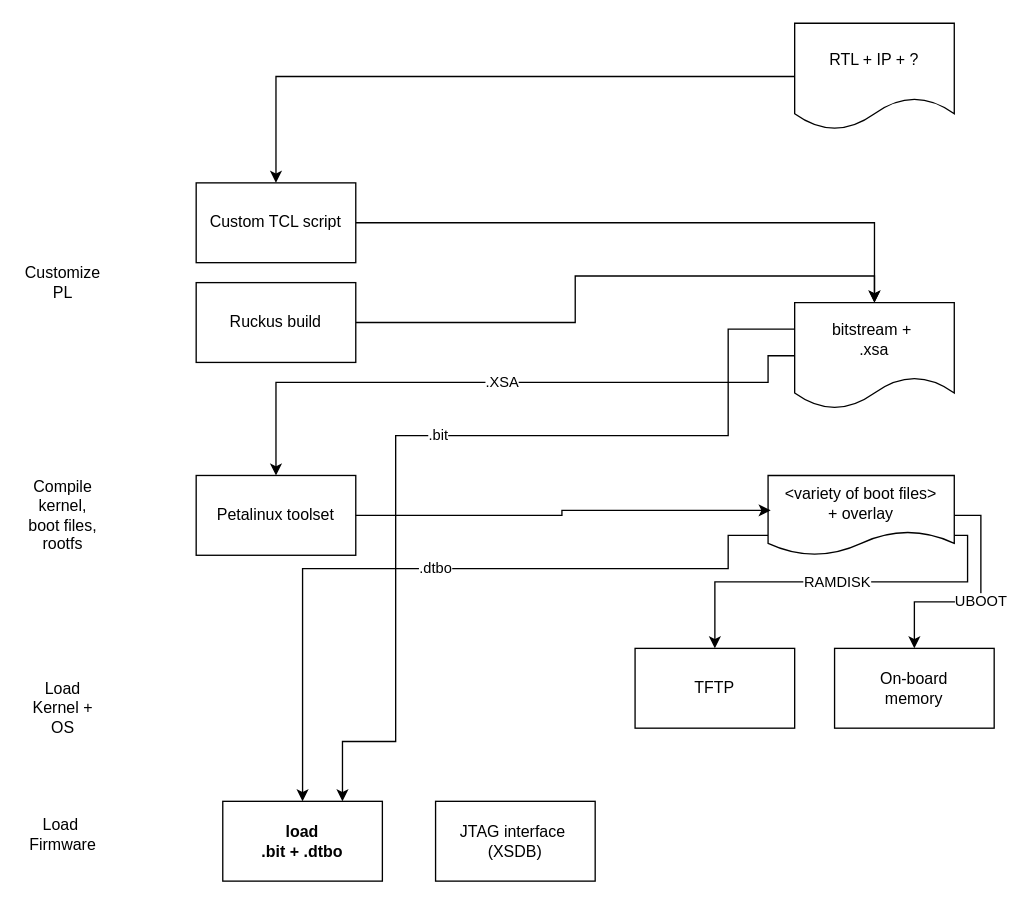
Above: Kria_build_workflow.drawio in awhitbeck/drawio (draw.io), before the change. Source tidied: cells renumbered, new cells numbered last; positions are measured from the earlier drawing's top-left corner, leaving out a move shared by most shapes. Both pictures are drawn from the tidied source at 133%, with x=0, y=0 at pixel (23, 23).
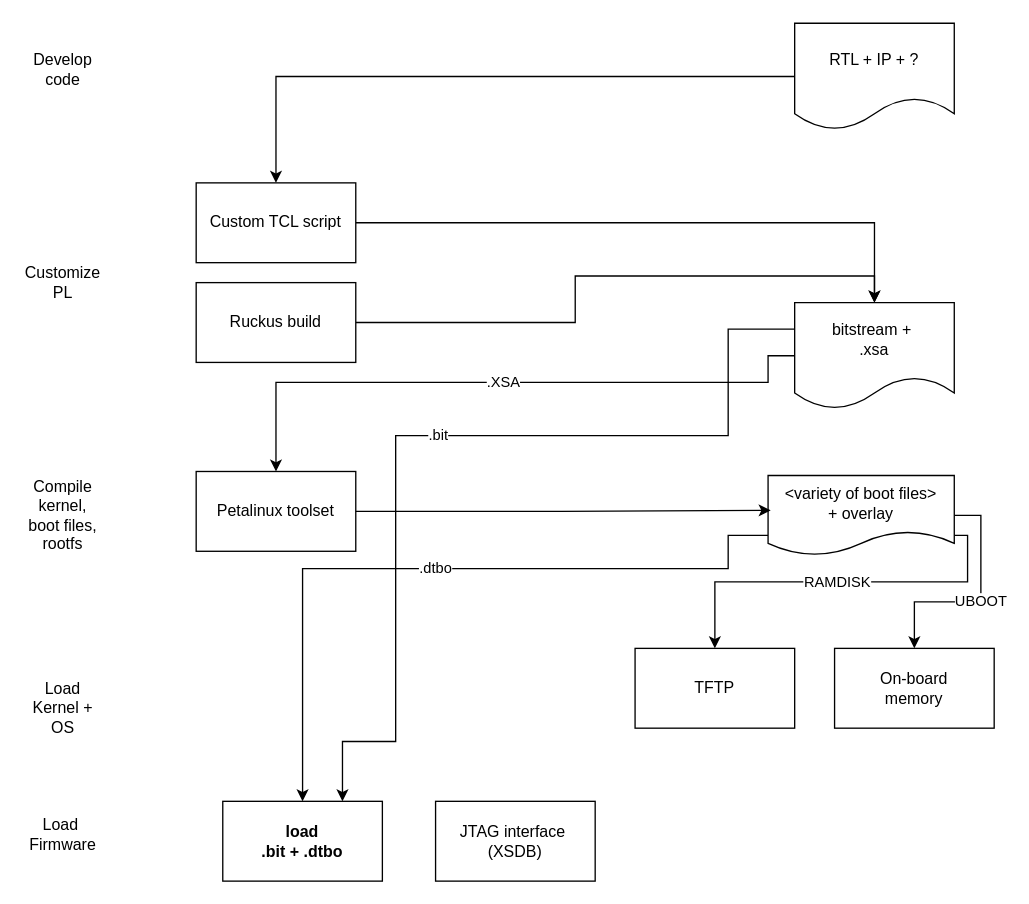
Above is the later version.

The edit, as a diff of the source:
```diff
@@
     <mxCell id="17" value="Petalinux toolset" style="rounded=0;whiteSpace=wrap;html=1;" parent="1" vertex="1">
-      <mxGeometry x="130" y="340" width="120" height="60" as="geometry" />
+      <mxGeometry x="130" y="337" width="120" height="60" as="geometry" />
     </mxCell>
@@
+    <mxCell id="25" value="Develop code" style="text;html=1;align=center;verticalAlign=middle;whiteSpace=wrap;rounded=0;" parent="1" vertex="1">
+      <mxGeometry y="20" width="60" height="30" as="geometry" />
+    </mxCell>
```
